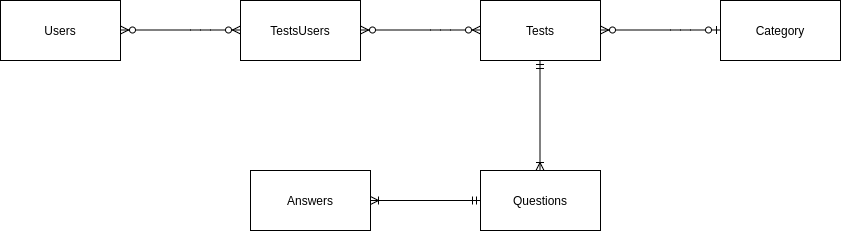
FedorMutovin/testguru keeps this draw.io diagram as tmp/testguru.png. Above is the earlier version. Source tidied: cells renumbered, new cells last; positions are measured from the earlier drawing's top-left corner, leaving out a move shared by most shapes.
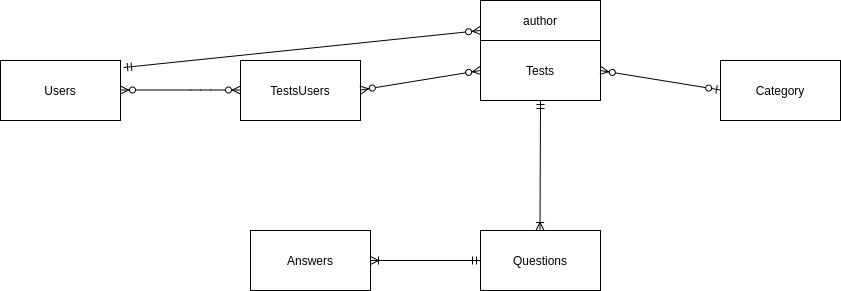
After the change.

What changed in the source:
```diff
@@ -17,34 +17,25 @@
     <mxCell id="4" value="TestsUsers" style="rounded=0;whiteSpace=wrap;html=1;" parent="1" vertex="1">
       <mxGeometry x="240" width="120" height="60" as="geometry" />
     </mxCell>
-    <mxCell id="5" style="endArrow=ERzeroToMany;html=1;targetPerimeterSpacing=2;startArrow=ERzeroToMany;startFill=1;endFill=1;" parent="1" edge="1">
+    <mxCell id="5" style="endArrow=ERzeroToMany;html=1;targetPerimeterSpacing=2;startArrow=ERzeroToMany;startFill=1;endFill=1;entryX=0;entryY=0.5;entryDx=0;entryDy=0;" parent="1" edge="1" target="6">
       <mxGeometry relative="1" as="geometry">
         <mxPoint x="360" y="29.5" as="sourcePoint" />
-        <mxPoint x="480" y="29.5" as="targetPoint" />
-        <Array as="points">
-          <mxPoint x="440" y="29.5" />
-        </Array>
       </mxGeometry>
     </mxCell>
     <mxCell id="6" value="Tests" style="rounded=0;whiteSpace=wrap;html=1;" parent="1" vertex="1">
-      <mxGeometry x="480" width="120" height="60" as="geometry" />
+      <mxGeometry x="480" y="-20" width="120" height="60" as="geometry" />
     </mxCell>
     <mxCell id="7" value="Category" style="rounded=0;whiteSpace=wrap;html=1;" parent="1" vertex="1">
       <mxGeometry x="720" width="120" height="60" as="geometry" />
     </mxCell>
-    <mxCell id="8" style="endArrow=ERzeroToOne;html=1;targetPerimeterSpacing=2;startArrow=ERzeroToMany;startFill=1;endFill=1;" parent="1" edge="1">
+    <mxCell id="8" style="endArrow=ERzeroToOne;html=1;targetPerimeterSpacing=2;startArrow=ERzeroToMany;startFill=1;endFill=1;exitX=1;exitY=0.5;exitDx=0;exitDy=0;" parent="1" edge="1" source="6">
       <mxGeometry relative="1" as="geometry">
-        <mxPoint x="600" y="29.5" as="sourcePoint" />
         <mxPoint x="720" y="29.5" as="targetPoint" />
-        <Array as="points">
-          <mxPoint x="680" y="29.5" />
-        </Array>
       </mxGeometry>
     </mxCell>
-    <mxCell id="9" style="endArrow=ERmandOne;html=1;startArrow=ERoneToMany;startFill=0;endFill=0;" parent="1" edge="1">
+    <mxCell id="9" style="endArrow=ERmandOne;html=1;startArrow=ERoneToMany;startFill=0;endFill=0;entryX=0.5;entryY=1;entryDx=0;entryDy=0;" parent="1" edge="1" target="6">
       <mxGeometry relative="1" as="geometry">
         <mxPoint x="539.5" y="170" as="sourcePoint" />
-        <mxPoint x="539.5" y="60" as="targetPoint" />
       </mxGeometry>
     </mxCell>
     <mxCell id="10" value="Questions" style="rounded=0;whiteSpace=wrap;html=1;" parent="1" vertex="1">
@@ -58,5 +49,11 @@
     <mxCell id="12" value="Answers" style="rounded=0;whiteSpace=wrap;html=1;" parent="1" vertex="1">
       <mxGeometry x="250" y="170" width="120" height="60" as="geometry" />
     </mxCell>
+    <mxCell id="13" value="author" style="rounded=0;whiteSpace=wrap;html=1;" parent="1" vertex="1">
+      <mxGeometry x="480" y="-60" width="120" height="40" as="geometry" />
+    </mxCell>
+    <mxCell id="14" style="endArrow=ERzeroToMany;html=1;startArrow=ERmandOne;startFill=0;exitX=1.025;exitY=0.117;exitDx=0;exitDy=0;exitPerimeter=0;endFill=1;entryX=0;entryY=0.75;entryDx=0;entryDy=0;" parent="1" edge="1" source="2" target="13">
+      <mxGeometry relative="1" as="geometry" />
+    </mxCell>
   </root>
 </mxGraphModel>
```
